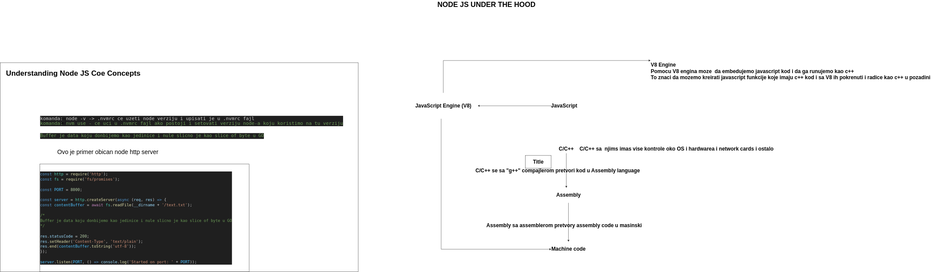
aleksandarLazic1998/node-js-core-concepts keeps this draw.io diagram as node-js-concepts.drawio.svg. Above is the earlier version. Source tidied: cells renumbered, new cells last; positions are measured from the earlier drawing's top-left corner, leaving out a move shared by most shapes.
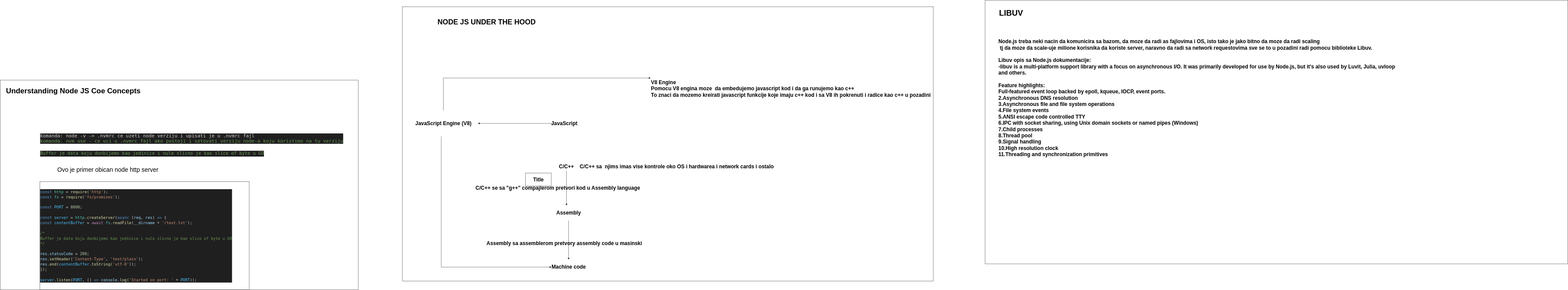
Later version of the same file.

Diff of the diagram source:
```diff
@@ -2,6 +2,12 @@
   <root>
     <mxCell id="0" />
     <mxCell id="1" parent="0" />
+    <mxCell id="26" style="rounded=0;whiteSpace=wrap;html=1;" parent="1" vertex="1">
+      <mxGeometry x="4564" y="-80" width="2700" height="1220" as="geometry" />
+    </mxCell>
+    <mxCell id="27" style="rounded=0;whiteSpace=wrap;html=1;" parent="1" vertex="1">
+      <mxGeometry x="1864" y="-50" width="2460" height="1270" as="geometry" />
+    </mxCell>
     <mxCell id="2" value="&lt;div style=&quot;color: rgb(204, 204, 204); background-color: rgb(31, 31, 31); font-family: &amp;quot;Droid Sans Mono&amp;quot;, &amp;quot;monospace&amp;quot;, monospace; font-weight: normal; font-size: 22px; line-height: 24px;&quot;&gt;&lt;div&gt;komanda: node -v -&amp;gt; .nvmrc ce uzeti node verziju i upisati je u .nvmrc fajl&lt;/div&gt;&lt;div&gt;&lt;span style=&quot;color: #6a9955;&quot;&gt;komanda: nvm use - ce uci u .nvmrc fajl ako postoji i setovati verziju node-a koju koristimo na tu verziju&lt;/span&gt;&lt;/div&gt;&lt;/div&gt;" style="text;strokeColor=none;fillColor=none;html=1;fontSize=24;fontStyle=1;verticalAlign=middle;align=left;" parent="1" vertex="1">
       <mxGeometry x="184" y="540" width="100" height="40" as="geometry" />
     </mxCell>
@@ -82,5 +88,11 @@
     <mxCell id="25" value="NODE JS UNDER THE HOOD" style="text;strokeColor=none;fillColor=none;html=1;fontSize=33;fontStyle=1;verticalAlign=middle;align=center;" parent="1" vertex="1">
       <mxGeometry x="2054" width="400" height="40" as="geometry" />
     </mxCell>
+    <mxCell id="28" value="&lt;font style=&quot;font-size: 37px;&quot;&gt;LIBUV&lt;/font&gt;" style="text;strokeColor=none;fillColor=none;html=1;fontSize=24;fontStyle=1;verticalAlign=middle;align=center;" parent="1" vertex="1">
+      <mxGeometry x="4634" y="-40" width="100" height="40" as="geometry" />
+    </mxCell>
+    <mxCell id="29" value="Node.js treba neki nacin da komunicira sa bazom, da moze da radi as fajlovima i OS, isto tako je jako bitno da moze da radi scaling&#10; tj da moze da scale-uje milione korisnika da koriste server, naravno da radi sa network requestovima sve se to u pozadini radi pomocu biblioteke Libuv.&#10;&#10; Libuv opis sa Node.js dokumentacije: &#10;-libuv is a multi-platform support library with a focus on asynchronous I/O. It was primarily developed for use by Node.js, but it's also used by Luvit, Julia, uvloop&#10;and others.&#10;&#10;Feature highlights:&#10;Full-featured event loop backed by epoll, kqueue, IOCP, event ports.&#10;2.Asynchronous DNS resolution&#10;3.Asynchronous file and file system operations&#10;4.File system events&#10;5.ANSI escape code controlled TTY&#10;6.IPC with socket sharing, using Unix domain sockets or named pipes (Windows)&#10;7.Child processes&#10;8.Thread pool&#10;9.Signal handling&#10;10.High resolution clock&#10;11.Threading and synchronization primitives" style="text;strokeColor=none;fillColor=none;fontSize=24;fontStyle=1;verticalAlign=middle;align=left;fontColor=default;" parent="1" vertex="1">
+      <mxGeometry x="4624" y="60" width="1930" height="620" as="geometry" />
+    </mxCell>
   </root>
 </mxGraphModel>
```
